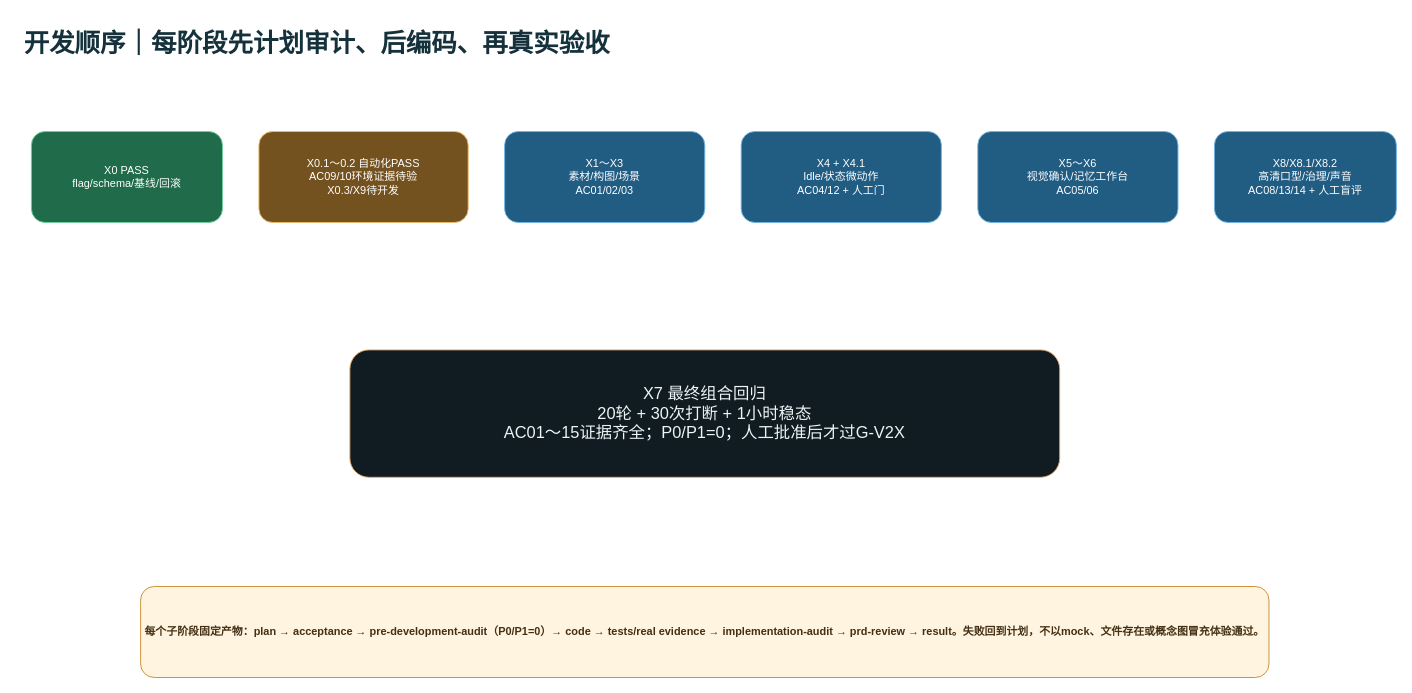
Earlier version of the draw.io diagram page "06-开发顺序与里程碑" (6 of 8) of docs/architecture/v2-x-gap.drawio (ljx418/cyberWife). Source tidied: cells renumbered, new cells numbered last; positions are measured from the earlier drawing's top-left corner, leaving out a move shared by most shapes. Both pictures are drawn from the tidied source at 91%, with x=0, y=0 at pixel (22, 22).
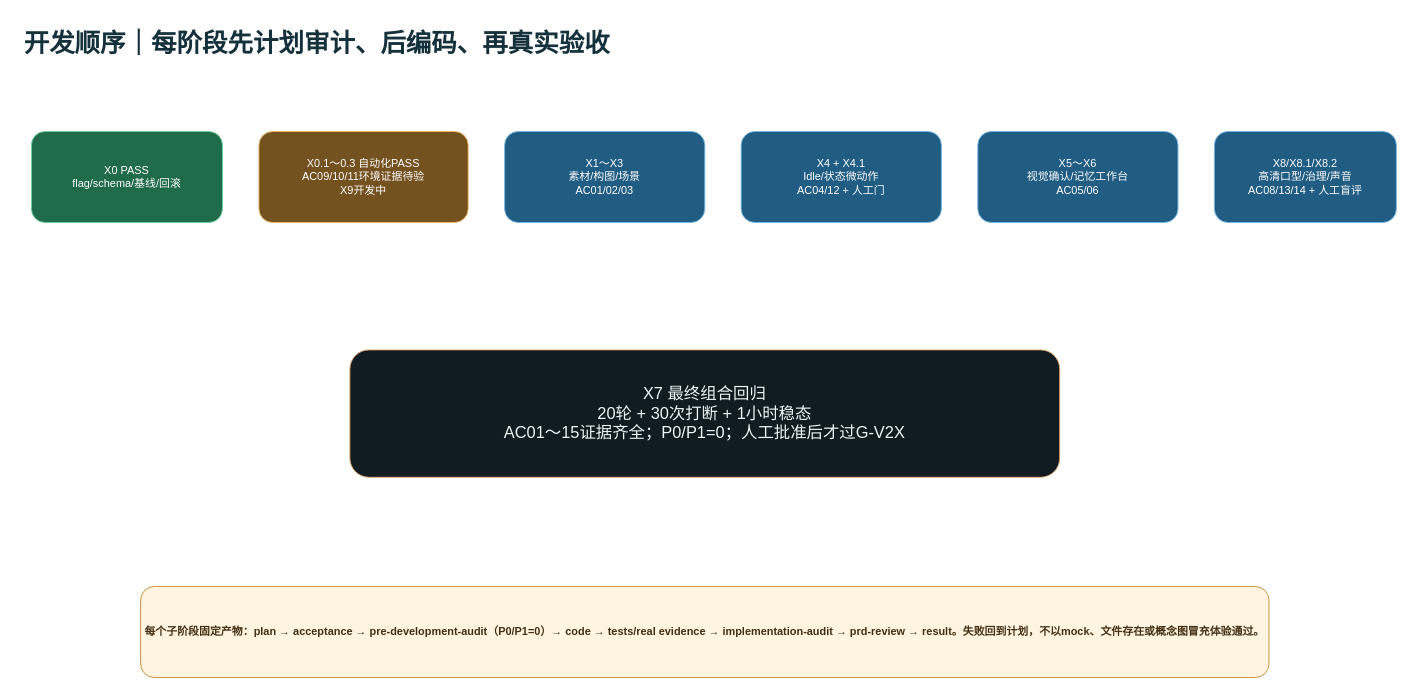
The same page after the edit.

The edit, as a diff of the source:
```diff
@@
 <mxGraphModel>
   <root>
     <mxCell id="0" />
     <mxCell id="1" parent="0" />
     <mxCell id="2" value="开发顺序｜每阶段先计划审计、后编码、再真实验收" style="text;html=1;fontSize=28;fontStyle=1;fontColor=#15313B;" parent="1" vertex="1">
       <mxGeometry width="1300" height="50" as="geometry" />
     </mxCell>
     <mxCell id="3" value="X0 PASS&#10;flag/schema/基线/回滚" style="rounded=1;whiteSpace=wrap;html=1;fillColor=#1F6B4A;strokeColor=#6ED39C;fontColor=#FFFFFF;" parent="1" vertex="1">
       <mxGeometry x="10" y="120" width="210" height="100" as="geometry" />
     </mxCell>
-    <mxCell id="4" value="X0.1～0.2 自动化PASS&#10;AC09/10环境证据待验&#10;X0.3/X9待开发" style="rounded=1;whiteSpace=wrap;html=1;fillColor=#73521F;strokeColor=#F2BD6B;fontColor=#FFFFFF;" parent="1" vertex="1">
+    <mxCell id="4" value="X0.1～0.3 自动化PASS&#10;AC09/10/11环境证据待验&#10;X9开发中" style="rounded=1;whiteSpace=wrap;html=1;fillColor=#73521F;strokeColor=#F2BD6B;fontColor=#FFFFFF;" parent="1" vertex="1">
       <mxGeometry x="260" y="120" width="230" height="100" as="geometry" />
     </mxCell>
     <mxCell id="5" value="X1～X3&#10;素材/构图/场景&#10;AC01/02/03" style="rounded=1;whiteSpace=wrap;html=1;fillColor=#215C83;strokeColor=#71B7E6;fontColor=#FFFFFF;" parent="1" vertex="1">
       <mxGeometry x="530" y="120" width="220" height="100" as="geometry" />
     </mxCell>
     <mxCell id="6" value="X4 + X4.1&#10;Idle/状态微动作&#10;AC04/12 + 人工门" style="rounded=1;whiteSpace=wrap;html=1;fillColor=#215C83;strokeColor=#71B7E6;fontColor=#FFFFFF;" parent="1" vertex="1">
       <mxGeometry x="790" y="120" width="220" height="100" as="geometry" />
     </mxCell>
     <mxCell id="7" value="X5～X6&#10;视觉确认/记忆工作台&#10;AC05/06" style="rounded=1;whiteSpace=wrap;html=1;fillColor=#215C83;strokeColor=#71B7E6;fontColor=#FFFFFF;" parent="1" vertex="1">
       <mxGeometry x="1050" y="120" width="220" height="100" as="geometry" />
     </mxCell>
     <mxCell id="8" value="X8/X8.1/X8.2&#10;高清口型/治理/声音&#10;AC08/13/14 + 人工盲评" style="rounded=1;whiteSpace=wrap;html=1;fillColor=#215C83;strokeColor=#71B7E6;fontColor=#FFFFFF;" parent="1" vertex="1">
       <mxGeometry x="1310" y="120" width="200" height="100" as="geometry" />
     </mxCell>
     <mxCell id="9" value="X7 最终组合回归&#10;20轮 + 30次打断 + 1小时稳态&#10;AC01～15证据齐全；P0/P1=0；人工批准后才过G-V2X" style="rounded=1;whiteSpace=wrap;html=1;fillColor=#101B22;strokeColor=#E4A668;fontColor=#EDF4F5;fontSize=18;" parent="1" vertex="1">
       <mxGeometry x="360" y="360" width="780" height="140" as="geometry" />
     </mxCell>
     <mxCell id="10" value="每个子阶段固定产物：plan → acceptance → pre-development-audit（P0/P1=0）→ code → tests/real evidence → implementation-audit → prd-review → result。失败回到计划，不以mock、文件存在或概念图冒充体验通过。" style="rounded=1;whiteSpace=wrap;html=1;fillColor=#FFF4DF;strokeColor=#C8892E;fontColor=#432F14;fontStyle=1;" parent="1" vertex="1">
       <mxGeometry x="130" y="620" width="1240" height="100" as="geometry" />
     </mxCell>
     <mxCell id="11" style="edgeStyle=orthogonalEdgeStyle;endArrow=block;" parent="1" edge="1" source="3" target="4" />
     <mxCell id="12" style="edgeStyle=orthogonalEdgeStyle;endArrow=block;" parent="1" edge="1" source="4" target="5" />
     <mxCell id="13" style="edgeStyle=orthogonalEdgeStyle;endArrow=block;" parent="1" edge="1" source="5" target="6" />
     <mxCell id="14" style="edgeStyle=orthogonalEdgeStyle;endArrow=block;" parent="1" edge="1" source="6" target="7" />
     <mxCell id="15" style="edgeStyle=orthogonalEdgeStyle;endArrow=block;" parent="1" edge="1" source="7" target="8" />
     <mxCell id="16" style="edgeStyle=orthogonalEdgeStyle;endArrow=block;" parent="1" edge="1" source="8" target="9" />
   </root>
 </mxGraphModel>
```
